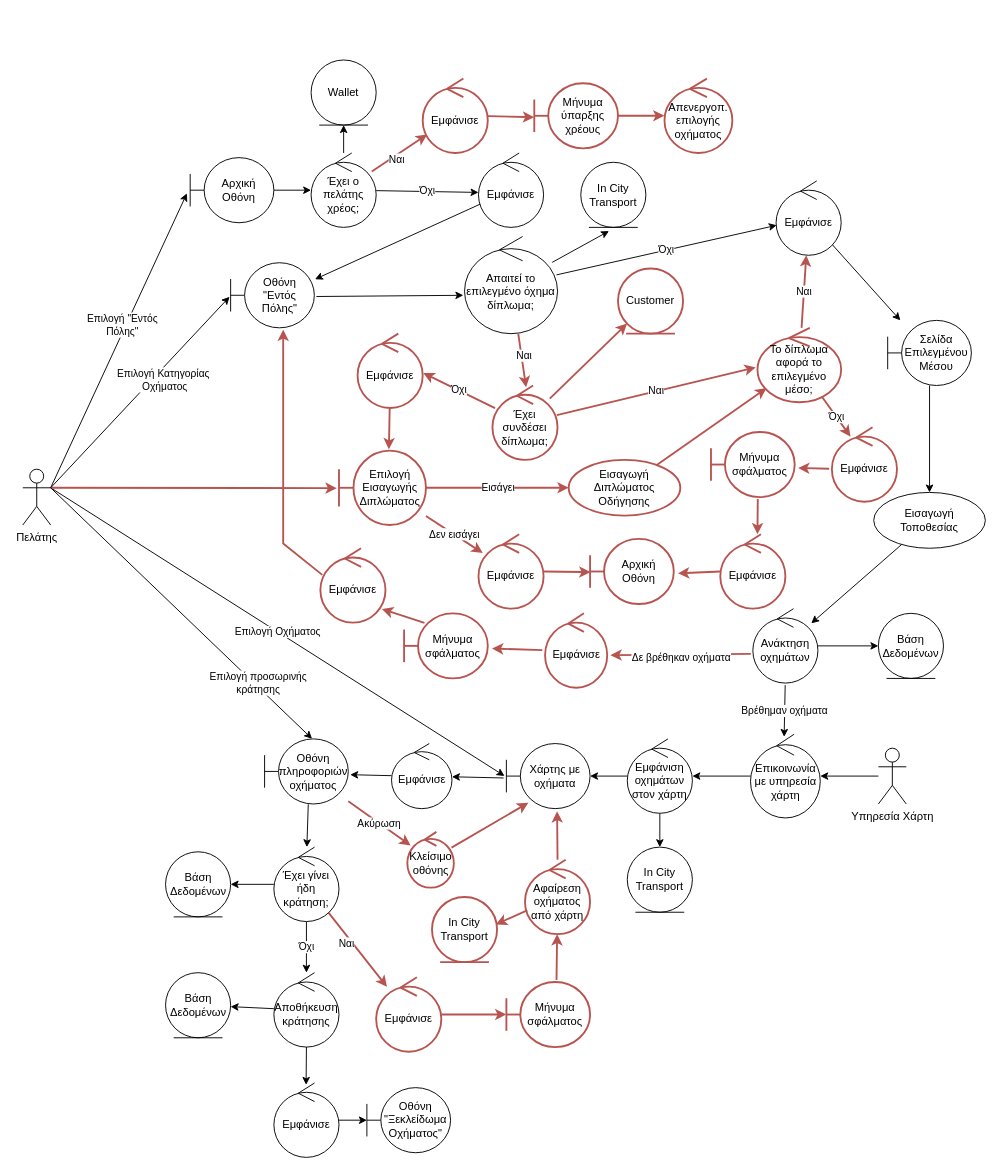
This is Part_2/Robustness/diagrams/01_Επιλογή_Μέσου_Μετακίνησης.drawio from Nikolis2002/texnoligia_logismikou, a draw.io file, before an edit. Source tidied: cells renumbered, new cells numbered last; positions are measured from the earlier drawing's top-left corner, leaving out a move shared by most shapes. Both pictures are drawn from the tidied source at 93%, with x=0, y=0 at pixel (22, 60).
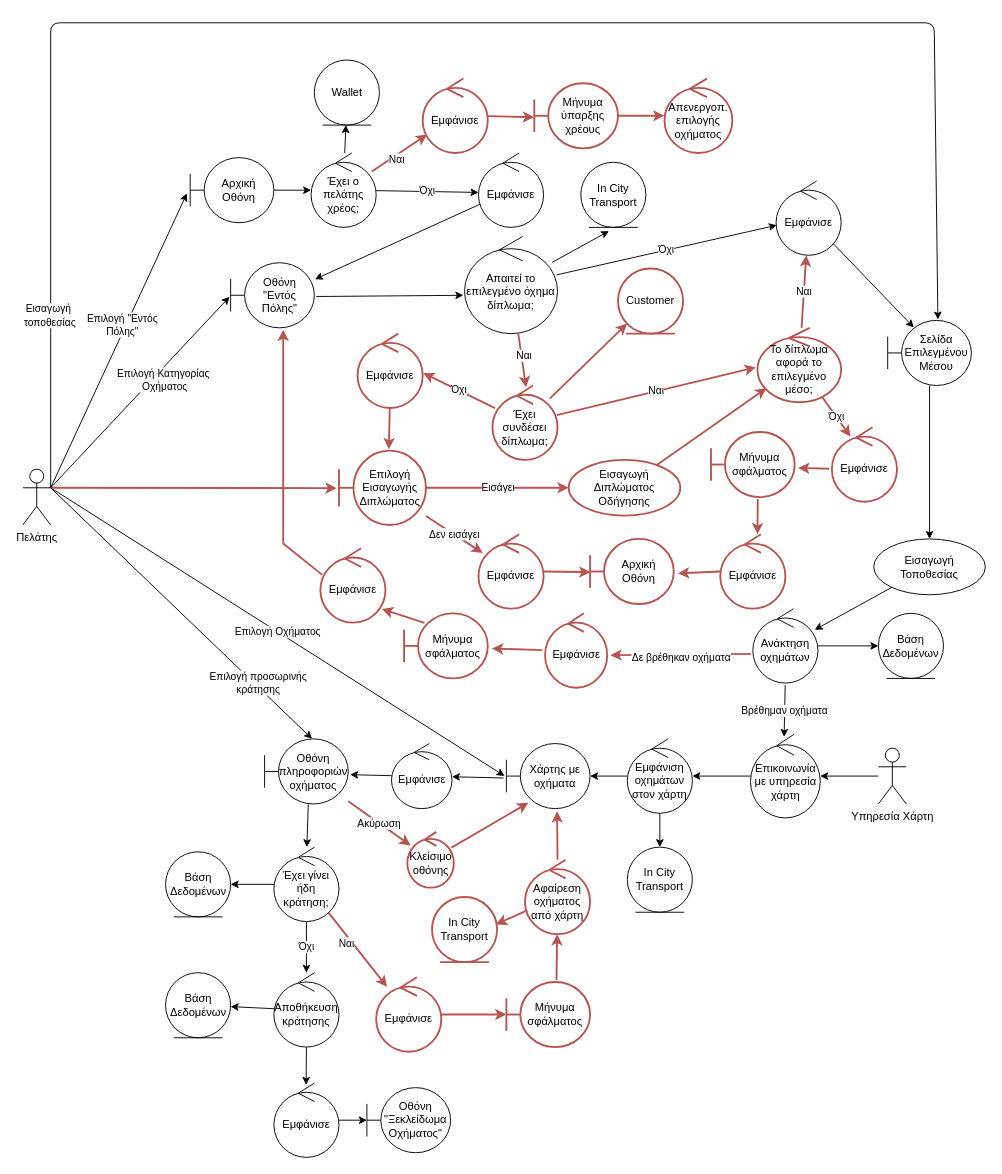
The same diagram, later.

The change refers to these unchanged cells:
```xml
<mxCell id="8" value="Πελάτης" style="shape=umlActor;verticalLabelPosition=bottom;verticalAlign=top;html=1;" parent="1" vertex="1">
  <mxGeometry y="440" width="30" height="60" as="geometry" />
</mxCell>
<mxCell id="28" value="Εμφάνισε" style="ellipse;shape=umlControl;whiteSpace=wrap;html=1;" parent="1" vertex="1">
  <mxGeometry x="810" y="130" width="70" height="80" as="geometry" />
</mxCell>
<mxCell id="30" value="Σελίδα Επιλεγμένου Μέσου" style="shape=umlBoundary;whiteSpace=wrap;html=1;" parent="1" vertex="1">
  <mxGeometry x="930" y="280" width="90" height="70" as="geometry" />
</mxCell>
```

Diff of the diagram source:
```diff
@@
+    <mxCell id="113" style="edgeStyle=none;html=1;entryX=0.6;entryY=-0.014;entryDx=0;entryDy=0;entryPerimeter=0;exitX=1;exitY=0.3333333333333333;exitDx=0;exitDy=0;exitPerimeter=0;" parent="1" edge="1" source="8" target="30">
+      <mxGeometry relative="1" as="geometry">
+        <Array as="points">
+          <mxPoint x="30" y="-40" />
+          <mxPoint x="980" y="-40" />
+        </Array>
+      </mxGeometry>
+    </mxCell>
+    <mxCell id="114" value="Εισαγωγή&amp;nbsp;&lt;br&gt;τοποθεσίας" style="edgeLabel;html=1;align=center;verticalAlign=middle;" parent="113" vertex="1">
+      <mxGeometry x="-0.79" y="2" relative="1" as="geometry" />
+    </mxCell>
@@
     <mxCell id="26" value="Εισαγωγή Τοποθεσίας" style="ellipse;whiteSpace=wrap;html=1;" parent="1" vertex="1">
-      <mxGeometry x="915" y="465" width="120" height="60" as="geometry" />
+      <mxGeometry x="915" y="515" width="120" height="60" as="geometry" />
     </mxCell>
-    <mxCell id="27" style="edgeStyle=none;rounded=0;jettySize=auto;html=1;" parent="1" edge="1" source="28" target="30">
+    <mxCell id="27" style="edgeStyle=none;rounded=0;jettySize=auto;html=1;entryX=0.312;entryY=0.109;entryDx=0;entryDy=0;entryPerimeter=0;" parent="1" edge="1" source="28" target="30">
       <mxGeometry relative="1" as="geometry" />
     </mxCell>
@@
     <mxCell id="63" value="Wallet" style="ellipse;shape=umlEntity;whiteSpace=wrap;html=1;" parent="1" vertex="1">
-      <mxGeometry x="310" width="70" height="70" as="geometry" />
+      <mxGeometry x="313.5" width="70" height="70" as="geometry" />
     </mxCell>
```
